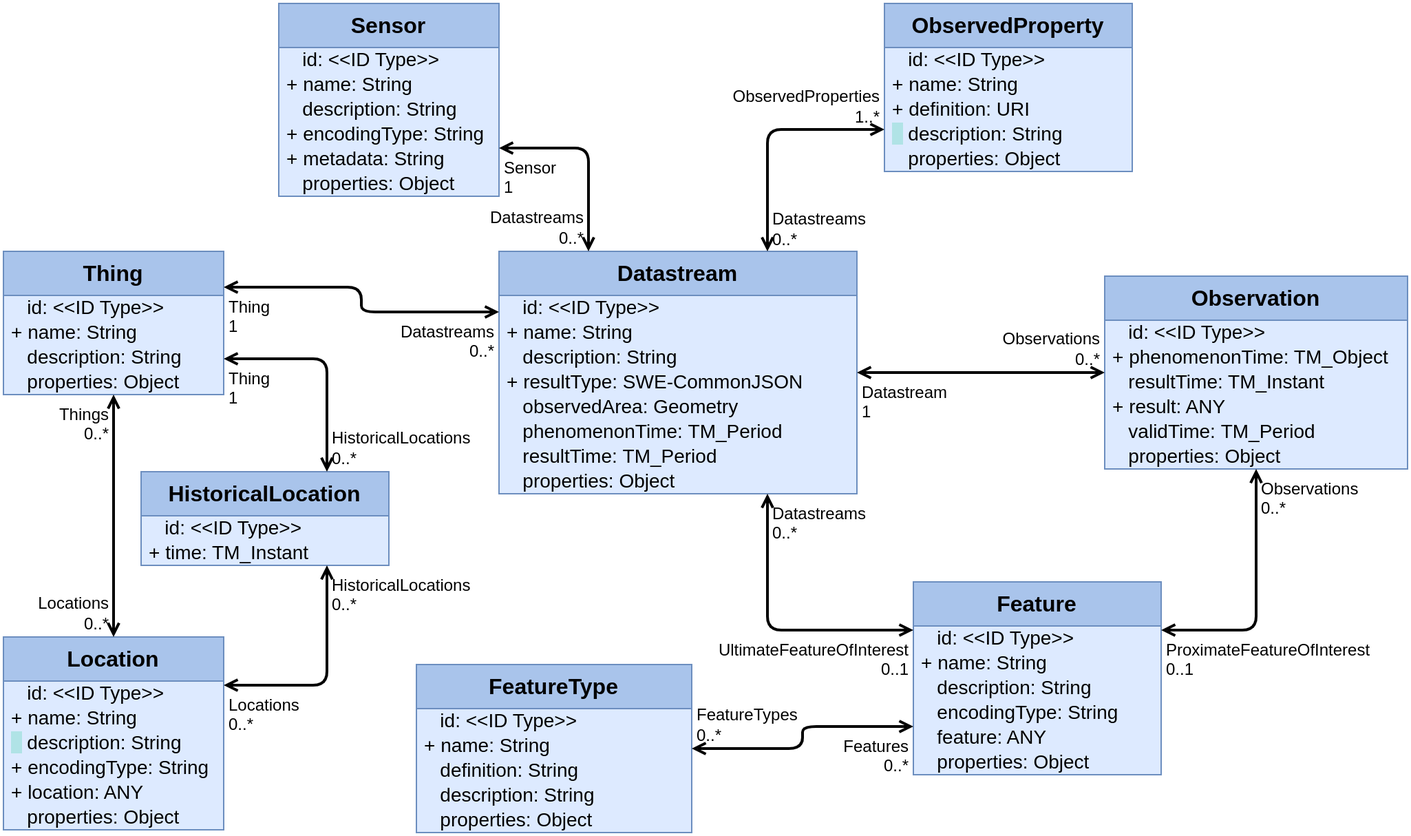
opengeospatial/sensorthings keeps this draw.io diagram as figures/Datamodel-SensorThingsApi-V2-Core.drawio.png. Above is the earlier version. Source tidied: cells renumbered, new cells last; positions are measured from the earlier drawing's top-left corner, leaving out a move shared by most shapes.
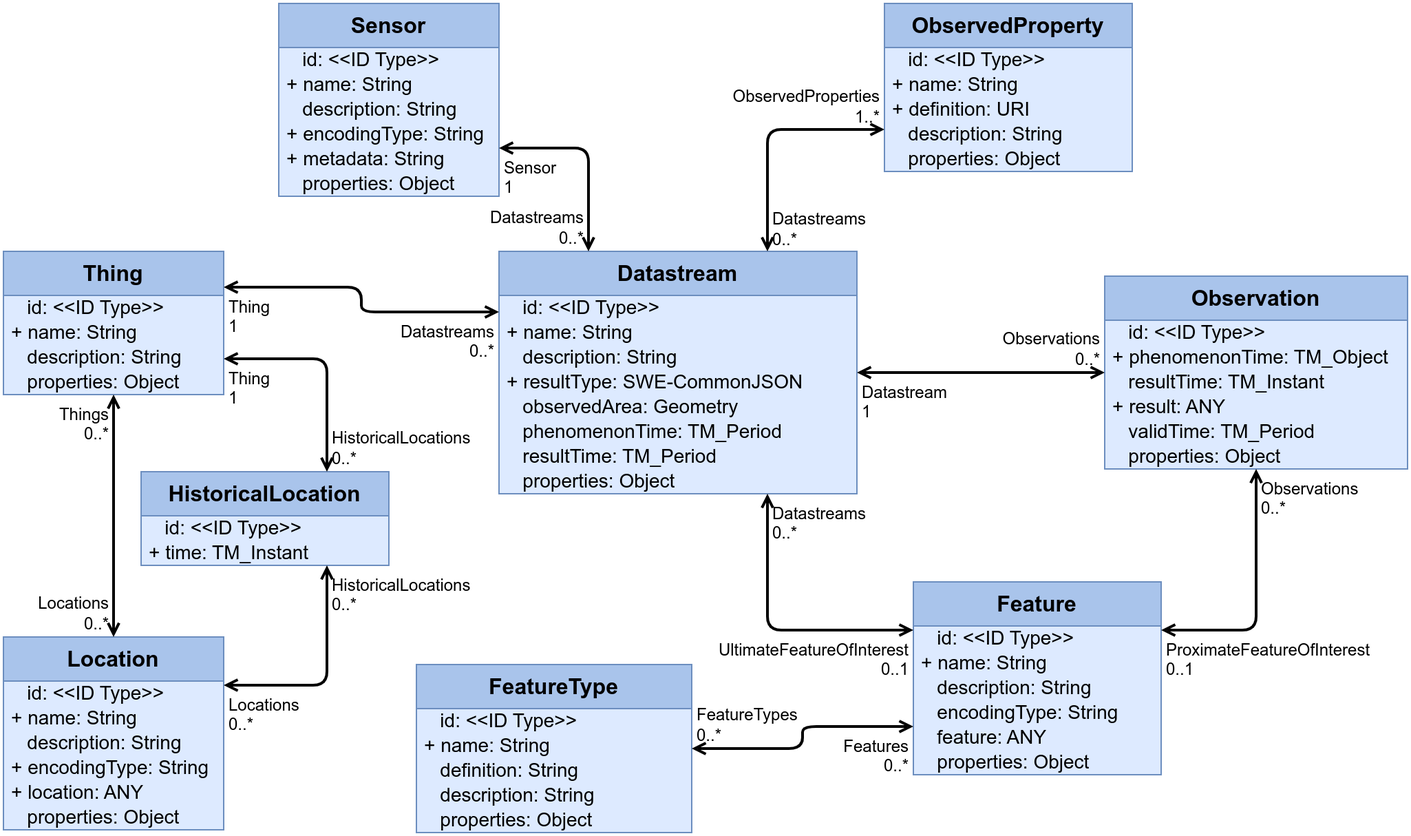
After the commit.

The edit, as a diff of the source:
```diff
@@ -104,7 +104,7 @@
     <mxCell id="35" value="+ name: String" style="text;strokeColor=none;fillColor=none;align=left;verticalAlign=middle;spacingLeft=4;spacingRight=4;overflow=visible;html=1;fontSize=14;" parent="33" vertex="1">
       <mxGeometry y="50" width="160" height="18" as="geometry" />
     </mxCell>
-    <mxCell id="36" value="&lt;span style=&quot;background-color: rgb(176, 227, 230);&quot;&gt;&amp;nbsp; &lt;/span&gt;&amp;nbsp;description: String" style="text;strokeColor=none;fillColor=none;align=left;verticalAlign=middle;spacingLeft=4;spacingRight=4;overflow=visible;html=1;fontSize=14;" parent="33" vertex="1">
+    <mxCell id="36" value="&amp;nbsp; &amp;nbsp;description: String" style="text;strokeColor=none;fillColor=none;align=left;verticalAlign=middle;spacingLeft=4;spacingRight=4;overflow=visible;html=1;fontSize=14;" parent="33" vertex="1">
       <mxGeometry y="68" width="160" height="18" as="geometry" />
     </mxCell>
     <mxCell id="37" value="+ encodingType: String" style="text;strokeColor=none;fillColor=none;align=left;verticalAlign=middle;spacingLeft=4;spacingRight=4;overflow=visible;html=1;fontSize=14;" parent="33" vertex="1">
@@ -176,7 +176,7 @@
     <mxCell id="59" value="+ definition: URI" style="text;strokeColor=none;fillColor=none;align=left;verticalAlign=middle;spacingLeft=4;spacingRight=4;overflow=visible;html=1;fontSize=14;" parent="56" vertex="1">
       <mxGeometry y="68" width="180" height="18" as="geometry" />
     </mxCell>
-    <mxCell id="60" value="&lt;span style=&quot;background-color: rgb(176, 227, 230);&quot;&gt;&amp;nbsp; &lt;/span&gt;&amp;nbsp;description: String" style="text;strokeColor=none;fillColor=none;align=left;verticalAlign=middle;spacingLeft=4;spacingRight=4;overflow=visible;html=1;fontSize=14;" parent="56" vertex="1">
+    <mxCell id="60" value="&amp;nbsp; &amp;nbsp;description: String" style="text;strokeColor=none;fillColor=none;align=left;verticalAlign=middle;spacingLeft=4;spacingRight=4;overflow=visible;html=1;fontSize=14;" parent="56" vertex="1">
       <mxGeometry y="86" width="180" height="18" as="geometry" />
     </mxCell>
     <mxCell id="61" value="&amp;nbsp;&amp;nbsp;&amp;nbsp;properties: Object" style="text;strokeColor=none;fillColor=none;align=left;verticalAlign=middle;spacingLeft=4;spacingRight=4;overflow=visible;html=1;fontSize=14;" parent="56" vertex="1">
```
